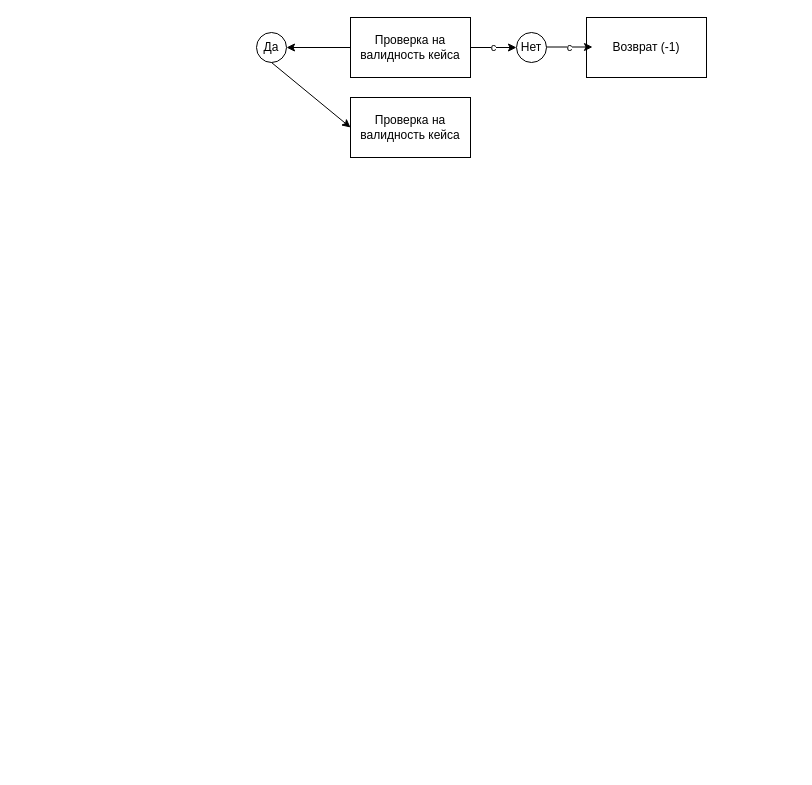
Before: Untitled Diagram.drawio in Toka-toka/get_next_line, a draw.io diagram. Source tidied: cells renumbered, new cells numbered last; positions are measured from the earlier drawing's top-left corner, leaving out a move shared by most shapes. Both pictures are drawn from the tidied source at 100%, with x=0, y=0 at pixel (256, 17).
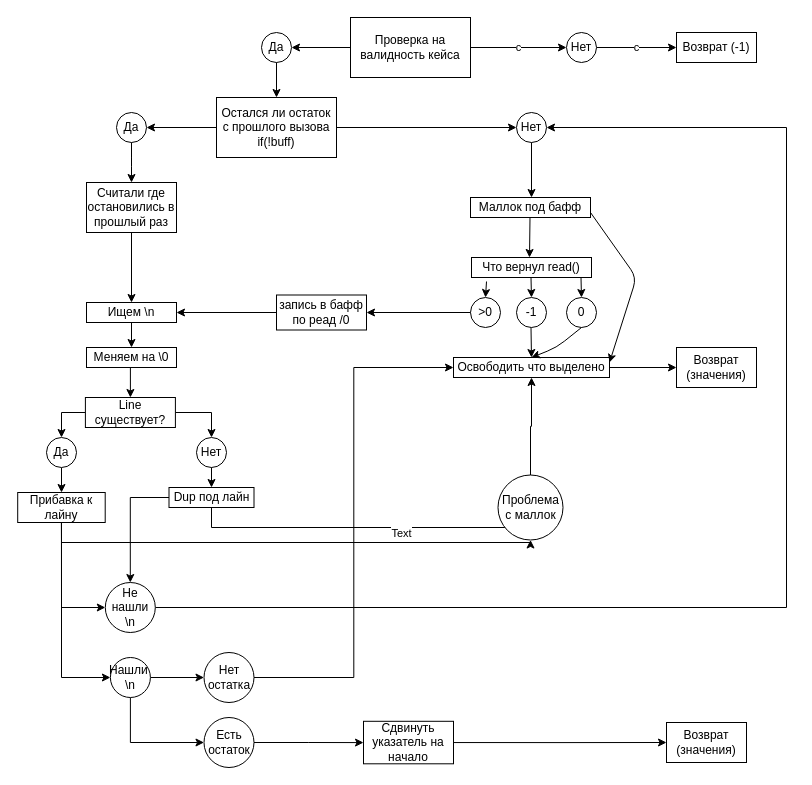
Above is the later version.

The change refers to these unchanged cells:
```xml
<mxCell id="2" value="Проверка на валидность кейса" style="rounded=0;whiteSpace=wrap;html=1;" parent="1" vertex="1">
  <mxGeometry x="94" width="120" height="60" as="geometry" />
</mxCell>
```

Diff of the diagram source:
```diff
@@
-    <mxCell id="3" value="с" style="endArrow=classic;html=1;exitX=1;exitY=0.5;exitDx=0;exitDy=0;" parent="1" edge="1" source="2">
-      <mxGeometry relative="1" as="geometry">
-        <mxPoint x="260" y="30" as="targetPoint" />
-      </mxGeometry>
+    <mxCell id="3" value="с" style="endArrow=classic;html=1;exitX=1;exitY=0.5;exitDx=0;exitDy=0;entryX=0;entryY=0.5;entryDx=0;entryDy=0;" parent="1" edge="1" source="2" target="5">
+      <mxGeometry relative="1" as="geometry" />
     </mxCell>
@@
-    <mxCell id="5" value="Нет" style="ellipse;whiteSpace=wrap;html=1;" parent="1" vertex="1">
-      <mxGeometry x="260" y="15" width="30" height="30" as="geometry" />
-    </mxCell>
     <mxCell id="6" value="Возврат (-1)" style="rounded=0;whiteSpace=wrap;html=1;" parent="1" vertex="1">
-      <mxGeometry x="330" width="120" height="60" as="geometry" />
+      <mxGeometry x="420" y="15" width="80" height="30" as="geometry" />
     </mxCell>
-    <mxCell id="7" value="с" style="endArrow=classic;html=1;exitX=1;exitY=0.5;exitDx=0;exitDy=0;" parent="1" edge="1">
-      <mxGeometry relative="1" as="geometry">
-        <mxPoint x="290" y="29.5" as="sourcePoint" />
-        <mxPoint x="336" y="29.5" as="targetPoint" />
-      </mxGeometry>
+    <mxCell id="7" value="с" style="endArrow=classic;html=1;exitX=1;exitY=0.5;exitDx=0;exitDy=0;entryX=0;entryY=0.5;entryDx=0;entryDy=0;" parent="1" edge="1" source="5" target="6">
+      <mxGeometry relative="1" as="geometry" />
     </mxCell>
     <mxCell id="8" value="Да" style="ellipse;whiteSpace=wrap;html=1;" parent="1" vertex="1">
-      <mxGeometry y="15" width="30" height="30" as="geometry" />
+      <mxGeometry x="5" y="15" width="30" height="30" as="geometry" />
     </mxCell>
-    <mxCell id="9" style="endArrow=classic;html=1;exitX=0.5;exitY=1;exitDx=0;exitDy=0;entryX=0;entryY=0.5;entryDx=0;entryDy=0;" parent="1" edge="1" source="8" target="10">
+    <mxCell id="9" style="endArrow=classic;html=1;exitX=0.5;exitY=1;exitDx=0;exitDy=0;entryX=0.5;entryY=0;entryDx=0;entryDy=0;" parent="1" edge="1" source="8" target="10">
       <mxGeometry relative="1" as="geometry" />
     </mxCell>
-    <mxCell id="10" value="Проверка на валидность кейса" style="rounded=0;whiteSpace=wrap;html=1;" parent="1" vertex="1">
-      <mxGeometry x="94" y="80" width="120" height="60" as="geometry" />
+    <mxCell id="10" value="Остался ли остаток с прошлого вызова&lt;br&gt;if(!buff)" style="rounded=0;whiteSpace=wrap;html=1;" parent="1" vertex="1">
+      <mxGeometry x="-40" y="80" width="120" height="60" as="geometry" />
     </mxCell>
+    <mxCell id="11" style="endArrow=classic;html=1;exitX=1;exitY=0.5;exitDx=0;exitDy=0;entryX=0;entryY=0.5;entryDx=0;entryDy=0;" parent="1" edge="1" source="10" target="12">
+      <mxGeometry relative="1" as="geometry" />
+    </mxCell>
+    <mxCell id="12" value="Нет" style="ellipse;whiteSpace=wrap;html=1;" parent="1" vertex="1">
+      <mxGeometry x="260" y="95" width="30" height="30" as="geometry" />
+    </mxCell>
+    <mxCell id="13" value="Да" style="ellipse;whiteSpace=wrap;html=1;" parent="1" vertex="1">
+      <mxGeometry x="-140" y="95" width="30" height="30" as="geometry" />
+    </mxCell>
+    <mxCell id="14" style="endArrow=classic;html=1;exitX=0;exitY=0.5;exitDx=0;exitDy=0;entryX=1;entryY=0.5;entryDx=0;entryDy=0;" parent="1" edge="1" source="10" target="13">
+      <mxGeometry relative="1" as="geometry" />
+    </mxCell>
+    <mxCell id="15" style="endArrow=classic;html=1;exitX=0.5;exitY=1;exitDx=0;exitDy=0;" parent="1" edge="1" source="12">
+      <mxGeometry relative="1" as="geometry">
+        <mxPoint x="275" y="180" as="targetPoint" />
+      </mxGeometry>
+    </mxCell>
+    <mxCell id="16" value="Маллок под бафф" style="rounded=0;whiteSpace=wrap;html=1;" parent="1" vertex="1">
+      <mxGeometry x="214" y="180" width="120" height="20" as="geometry" />
+    </mxCell>
+    <mxCell id="17" value="Что вернул read()" style="rounded=0;whiteSpace=wrap;html=1;" parent="1" vertex="1">
+      <mxGeometry x="215" y="240" width="120" height="20" as="geometry" />
+    </mxCell>
+    <mxCell id="18" style="endArrow=classic;html=1;exitX=0.5;exitY=1;exitDx=0;exitDy=0;" parent="1" edge="1" target="21">
+      <mxGeometry relative="1" as="geometry">
+        <mxPoint x="274.5" y="260" as="sourcePoint" />
+      </mxGeometry>
+    </mxCell>
+    <mxCell id="19" value="0" style="ellipse;whiteSpace=wrap;html=1;" parent="1" vertex="1">
+      <mxGeometry x="310" y="280" width="30" height="30" as="geometry" />
+    </mxCell>
+    <mxCell id="20" value="&amp;gt;0" style="ellipse;whiteSpace=wrap;html=1;" parent="1" vertex="1">
+      <mxGeometry x="214" y="280" width="30" height="30" as="geometry" />
+    </mxCell>
+    <mxCell id="21" value="-1" style="ellipse;whiteSpace=wrap;html=1;" parent="1" vertex="1">
+      <mxGeometry x="260" y="280" width="30" height="30" as="geometry" />
+    </mxCell>
+    <mxCell id="22" value="Освободить что выделено" style="rounded=0;whiteSpace=wrap;html=1;" parent="1" vertex="1">
+      <mxGeometry x="197" y="340" width="156" height="20" as="geometry" />
+    </mxCell>
+    <mxCell id="23" style="endArrow=classic;html=1;exitX=0.5;exitY=1;exitDx=0;exitDy=0;" parent="1" edge="1">
+      <mxGeometry relative="1" as="geometry">
+        <mxPoint x="324.5" y="260" as="sourcePoint" />
+        <mxPoint x="325" y="280" as="targetPoint" />
+      </mxGeometry>
+    </mxCell>
+    <mxCell id="24" style="endArrow=classic;html=1;exitX=0.5;exitY=1;exitDx=0;exitDy=0;entryX=0.5;entryY=0;entryDx=0;entryDy=0;" parent="1" edge="1" target="22">
+      <mxGeometry relative="1" as="geometry">
+        <mxPoint x="274.5" y="310" as="sourcePoint" />
+      </mxGeometry>
+    </mxCell>
+    <mxCell id="25" style="endArrow=classic;html=1;exitX=0.5;exitY=1;exitDx=0;exitDy=0;entryX=0.5;entryY=0;entryDx=0;entryDy=0;" parent="1" edge="1" source="19" target="22">
+      <mxGeometry relative="1" as="geometry">
+        <Array as="points">
+          <mxPoint x="300" y="330" />
+        </Array>
+      </mxGeometry>
+    </mxCell>
+    <mxCell id="26" style="endArrow=classic;html=1;exitX=1;exitY=0.5;exitDx=0;exitDy=0;entryX=0;entryY=0.5;entryDx=0;entryDy=0;" parent="1" edge="1" source="22" target="27">
+      <mxGeometry relative="1" as="geometry" />
+    </mxCell>
+    <mxCell id="27" value="Возврат (значения)" style="rounded=0;whiteSpace=wrap;html=1;" parent="1" vertex="1">
+      <mxGeometry x="420" y="330" width="80" height="40" as="geometry" />
+    </mxCell>
+    <mxCell id="28" style="endArrow=classic;html=1;exitX=0.5;exitY=1;exitDx=0;exitDy=0;" parent="1" edge="1">
+      <mxGeometry relative="1" as="geometry">
+        <mxPoint x="273.5" y="200" as="sourcePoint" />
+        <mxPoint x="273" y="240" as="targetPoint" />
+      </mxGeometry>
+    </mxCell>
+    <mxCell id="29" style="endArrow=classic;html=1;exitX=1;exitY=0.75;exitDx=0;exitDy=0;entryX=1;entryY=0.25;entryDx=0;entryDy=0;" parent="1" edge="1" source="16" target="22">
+      <mxGeometry relative="1" as="geometry">
+        <Array as="points">
+          <mxPoint x="380" y="260" />
+        </Array>
+      </mxGeometry>
+    </mxCell>
+    <mxCell id="30" style="endArrow=classic;html=1;exitX=0.125;exitY=1.2;exitDx=0;exitDy=0;entryX=0.5;entryY=0;entryDx=0;entryDy=0;exitPerimeter=0;" parent="1" edge="1" source="17" target="20">
+      <mxGeometry relative="1" as="geometry" />
+    </mxCell>
+    <mxCell id="31" style="endArrow=classic;html=1;exitX=0;exitY=0.5;exitDx=0;exitDy=0;entryX=1;entryY=0.5;entryDx=0;entryDy=0;" parent="1" edge="1" source="20" target="33">
+      <mxGeometry relative="1" as="geometry" />
+    </mxCell>
+    <mxCell id="32" style="edgeStyle=orthogonalEdgeStyle;rounded=0;jettySize=auto;html=1;" parent="1" edge="1" source="33" target="36">
+      <mxGeometry relative="1" as="geometry" />
+    </mxCell>
+    <mxCell id="33" value="запись в бафф по реад /0" style="rounded=0;whiteSpace=wrap;html=1;" parent="1" vertex="1">
+      <mxGeometry x="20" y="277.5" width="90" height="35" as="geometry" />
+    </mxCell>
+    <mxCell id="34" value="Считали где остановились в прошлый раз" style="rounded=0;whiteSpace=wrap;html=1;" parent="1" vertex="1">
+      <mxGeometry x="-170" y="165" width="90" height="50" as="geometry" />
+    </mxCell>
+    <mxCell id="35" style="endArrow=classic;html=1;entryX=0.5;entryY=0;entryDx=0;entryDy=0;exitX=0.5;exitY=1;exitDx=0;exitDy=0;" parent="1" edge="1" source="13" target="34">
+      <mxGeometry relative="1" as="geometry">
+        <Array as="points">
+          <mxPoint x="-125" y="140" />
+        </Array>
+      </mxGeometry>
+    </mxCell>
+    <mxCell id="36" value="Ищем \n" style="rounded=0;whiteSpace=wrap;html=1;" parent="1" vertex="1">
+      <mxGeometry x="-170" y="285" width="90" height="20" as="geometry" />
+    </mxCell>
+    <mxCell id="37" style="edgeStyle=orthogonalEdgeStyle;rounded=0;jettySize=auto;html=1;exitX=0.5;exitY=1;exitDx=0;exitDy=0;entryX=0.5;entryY=0;entryDx=0;entryDy=0;" parent="1" edge="1" source="34" target="36">
+      <mxGeometry relative="1" as="geometry" />
+    </mxCell>
+    <mxCell id="5" value="Нет" style="ellipse;whiteSpace=wrap;html=1;" parent="1" vertex="1">
+      <mxGeometry x="310" y="15" width="30" height="30" as="geometry" />
+    </mxCell>
+    <mxCell id="38" style="edgeStyle=orthogonalEdgeStyle;rounded=0;jettySize=auto;html=1;exitX=0.5;exitY=1;exitDx=0;exitDy=0;entryX=0.5;entryY=0;entryDx=0;entryDy=0;" parent="1" edge="1" source="36" target="60">
+      <mxGeometry relative="1" as="geometry" />
+    </mxCell>
+    <mxCell id="39" style="edgeStyle=orthogonalEdgeStyle;rounded=0;jettySize=auto;html=1;exitX=0.5;exitY=1;exitDx=0;exitDy=0;entryX=0.5;entryY=1;entryDx=0;entryDy=0;" parent="1" edge="1" source="42" target="54">
+      <mxGeometry relative="1" as="geometry">
+        <Array as="points">
+          <mxPoint x="-45" y="510" />
+          <mxPoint x="274" y="510" />
+        </Array>
+      </mxGeometry>
+    </mxCell>
+    <mxCell id="40" value="Text" style="edgeLabel;html=1;align=center;verticalAlign=middle;" parent="39" vertex="1">
+      <mxGeometry x="0.19" y="-5" relative="1" as="geometry" />
+    </mxCell>
+    <mxCell id="41" style="edgeStyle=orthogonalEdgeStyle;rounded=0;jettySize=auto;html=1;entryX=0.5;entryY=0;entryDx=0;entryDy=0;" parent="1" edge="1" source="42" target="62">
+      <mxGeometry relative="1" as="geometry" />
+    </mxCell>
+    <mxCell id="42" value="Dup под лайн" style="rounded=0;whiteSpace=wrap;html=1;" parent="1" vertex="1">
+      <mxGeometry x="-87.5" y="470" width="85" height="20" as="geometry" />
+    </mxCell>
+    <mxCell id="43" style="edgeStyle=orthogonalEdgeStyle;rounded=0;jettySize=auto;html=1;exitX=0.5;exitY=1;exitDx=0;exitDy=0;entryX=0;entryY=0.5;entryDx=0;entryDy=0;" parent="1" edge="1" source="45" target="62">
+      <mxGeometry relative="1" as="geometry">
+        <Array as="points">
+          <mxPoint x="-195" y="590" />
+        </Array>
+      </mxGeometry>
+    </mxCell>
+    <mxCell id="44" style="edgeStyle=orthogonalEdgeStyle;rounded=0;jettySize=auto;html=1;entryX=0;entryY=0.5;entryDx=0;entryDy=0;" parent="1" edge="1" source="45" target="58">
+      <mxGeometry relative="1" as="geometry">
+        <Array as="points">
+          <mxPoint x="-195" y="660" />
+        </Array>
+      </mxGeometry>
+    </mxCell>
+    <mxCell id="45" value="Прибавка к лайну" style="rounded=0;whiteSpace=wrap;html=1;" parent="1" vertex="1">
+      <mxGeometry x="-238.8" y="475" width="87.5" height="30" as="geometry" />
+    </mxCell>
+    <mxCell id="46" style="edgeStyle=orthogonalEdgeStyle;rounded=0;jettySize=auto;html=1;entryX=0.5;entryY=0;entryDx=0;entryDy=0;" parent="1" edge="1" source="48" target="51">
+      <mxGeometry relative="1" as="geometry" />
+    </mxCell>
+    <mxCell id="47" style="edgeStyle=orthogonalEdgeStyle;rounded=0;jettySize=auto;html=1;exitX=1;exitY=0.5;exitDx=0;exitDy=0;entryX=0.5;entryY=0;entryDx=0;entryDy=0;" parent="1" edge="1" source="48" target="49">
+      <mxGeometry relative="1" as="geometry" />
+    </mxCell>
+    <mxCell id="48" value="Line существует?" style="rounded=0;whiteSpace=wrap;html=1;" parent="1" vertex="1">
+      <mxGeometry x="-171.1" y="380" width="90" height="30" as="geometry" />
+    </mxCell>
+    <mxCell id="49" value="Нет" style="ellipse;whiteSpace=wrap;html=1;" parent="1" vertex="1">
+      <mxGeometry x="-60" y="420" width="30" height="30" as="geometry" />
+    </mxCell>
+    <mxCell id="50" style="edgeStyle=orthogonalEdgeStyle;rounded=0;jettySize=auto;html=1;exitX=0.5;exitY=1;exitDx=0;exitDy=0;entryX=0.5;entryY=0;entryDx=0;entryDy=0;" parent="1" edge="1" source="51">
+      <mxGeometry relative="1" as="geometry">
+        <mxPoint x="-195" y="475" as="targetPoint" />
+      </mxGeometry>
+    </mxCell>
+    <mxCell id="51" value="Да" style="ellipse;whiteSpace=wrap;html=1;" parent="1" vertex="1">
+      <mxGeometry x="-210" y="420" width="30" height="30" as="geometry" />
+    </mxCell>
+    <mxCell id="52" style="edgeStyle=orthogonalEdgeStyle;rounded=0;jettySize=auto;html=1;exitX=0.5;exitY=1;exitDx=0;exitDy=0;" parent="1" edge="1" source="49">
+      <mxGeometry relative="1" as="geometry">
+        <mxPoint x="-45" y="470" as="targetPoint" />
+      </mxGeometry>
+    </mxCell>
+    <mxCell id="53" style="edgeStyle=orthogonalEdgeStyle;rounded=0;jettySize=auto;html=1;exitX=0.5;exitY=0;exitDx=0;exitDy=0;entryX=0.5;entryY=1;entryDx=0;entryDy=0;" parent="1" edge="1" source="54" target="22">
+      <mxGeometry relative="1" as="geometry" />
+    </mxCell>
+    <mxCell id="54" value="Проблема с маллок" style="ellipse;whiteSpace=wrap;html=1;" parent="1" vertex="1">
+      <mxGeometry x="241.5" y="457.5" width="65" height="65" as="geometry" />
+    </mxCell>
+    <mxCell id="55" style="edgeStyle=orthogonalEdgeStyle;rounded=0;jettySize=auto;html=1;exitX=0.5;exitY=1;exitDx=0;exitDy=0;entryX=0.5;entryY=1;entryDx=0;entryDy=0;" parent="1" edge="1" source="45" target="54">
+      <mxGeometry relative="1" as="geometry" />
+    </mxCell>
+    <mxCell id="56" style="edgeStyle=orthogonalEdgeStyle;rounded=0;jettySize=auto;html=1;exitX=1;exitY=0.5;exitDx=0;exitDy=0;" parent="1" edge="1" source="58" target="66">
+      <mxGeometry relative="1" as="geometry" />
+    </mxCell>
+    <mxCell id="57" style="edgeStyle=orthogonalEdgeStyle;rounded=0;jettySize=auto;html=1;exitX=0.5;exitY=1;exitDx=0;exitDy=0;entryX=0;entryY=0.5;entryDx=0;entryDy=0;" parent="1" edge="1" source="58" target="64">
+      <mxGeometry relative="1" as="geometry" />
+    </mxCell>
+    <mxCell id="58" value="Нашли&amp;nbsp;&lt;br&gt;\n" style="ellipse;whiteSpace=wrap;html=1;" parent="1" vertex="1">
+      <mxGeometry x="-146.1" y="640" width="40" height="40" as="geometry" />
+    </mxCell>
+    <mxCell id="59" style="edgeStyle=orthogonalEdgeStyle;rounded=0;jettySize=auto;html=1;exitX=0.5;exitY=1;exitDx=0;exitDy=0;entryX=0.5;entryY=0;entryDx=0;entryDy=0;" parent="1" edge="1" source="60" target="48">
+      <mxGeometry relative="1" as="geometry" />
+    </mxCell>
+    <mxCell id="60" value="Меняем на \0" style="rounded=0;whiteSpace=wrap;html=1;" parent="1" vertex="1">
+      <mxGeometry x="-170" y="330" width="90" height="20" as="geometry" />
+    </mxCell>
+    <mxCell id="61" style="edgeStyle=orthogonalEdgeStyle;rounded=0;jettySize=auto;html=1;exitX=1;exitY=0.5;exitDx=0;exitDy=0;entryX=1;entryY=0.5;entryDx=0;entryDy=0;" parent="1" edge="1" source="62" target="12">
+      <mxGeometry relative="1" as="geometry">
+        <Array as="points">
+          <mxPoint x="530" y="590" />
+          <mxPoint x="530" y="110" />
+        </Array>
+      </mxGeometry>
+    </mxCell>
+    <mxCell id="62" value="Не нашли \n" style="ellipse;whiteSpace=wrap;html=1;" parent="1" vertex="1">
+      <mxGeometry x="-151.2" y="565" width="50" height="50" as="geometry" />
+    </mxCell>
+    <mxCell id="63" style="edgeStyle=orthogonalEdgeStyle;rounded=0;jettySize=auto;html=1;exitX=1;exitY=0.5;exitDx=0;exitDy=0;" parent="1" edge="1" source="64" target="68">
+      <mxGeometry relative="1" as="geometry" />
+    </mxCell>
+    <mxCell id="64" value="Есть остаток" style="ellipse;whiteSpace=wrap;html=1;" parent="1" vertex="1">
+      <mxGeometry x="-52.5" y="700" width="50" height="50" as="geometry" />
+    </mxCell>
+    <mxCell id="65" style="edgeStyle=orthogonalEdgeStyle;rounded=0;jettySize=auto;html=1;exitX=1;exitY=0.5;exitDx=0;exitDy=0;entryX=0;entryY=0.5;entryDx=0;entryDy=0;" parent="1" edge="1" source="66" target="22">
+      <mxGeometry relative="1" as="geometry" />
+    </mxCell>
+    <mxCell id="66" value="Нет остатка" style="ellipse;whiteSpace=wrap;html=1;" parent="1" vertex="1">
+      <mxGeometry x="-52.5" y="635" width="50" height="50" as="geometry" />
+    </mxCell>
+    <mxCell id="67" style="edgeStyle=orthogonalEdgeStyle;rounded=0;jettySize=auto;html=1;exitX=1;exitY=0.5;exitDx=0;exitDy=0;" parent="1" edge="1" source="68">
+      <mxGeometry relative="1" as="geometry">
+        <mxPoint x="410" y="725" as="targetPoint" />
+      </mxGeometry>
+    </mxCell>
+    <mxCell id="68" value="Сдвинуть указатель на начало" style="rounded=0;whiteSpace=wrap;html=1;" parent="1" vertex="1">
+      <mxGeometry x="107" y="703.8" width="90" height="42.5" as="geometry" />
+    </mxCell>
+    <mxCell id="69" value="Возврат (значения)" style="rounded=0;whiteSpace=wrap;html=1;" parent="1" vertex="1">
+      <mxGeometry x="410" y="705" width="80" height="40" as="geometry" />
+    </mxCell>
```
